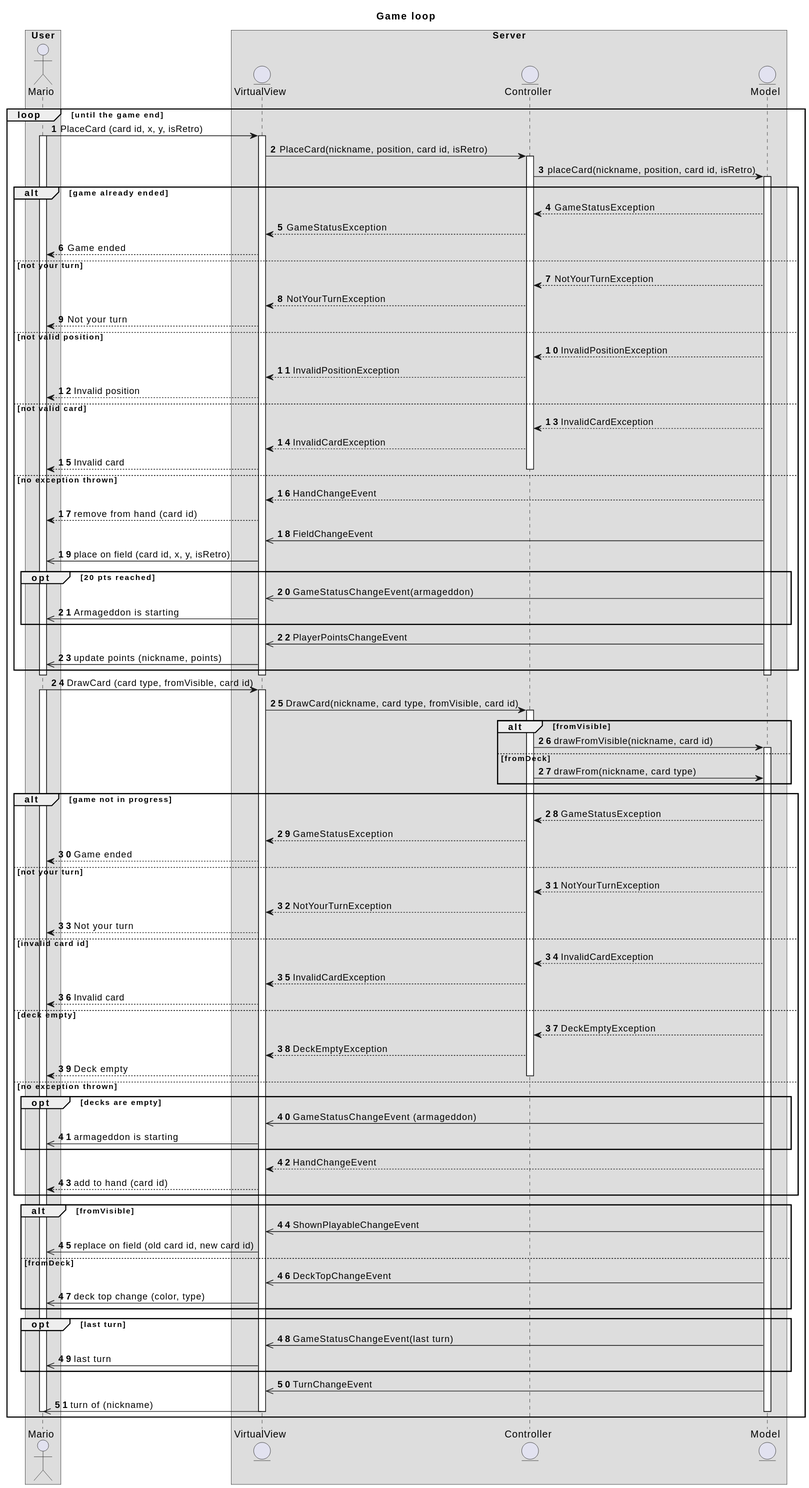
Above: UML/Sequence Diagram/out/gameLoop.svg in BiscottiBiscottati/IS24-AM11 (PlantUML), before the change.
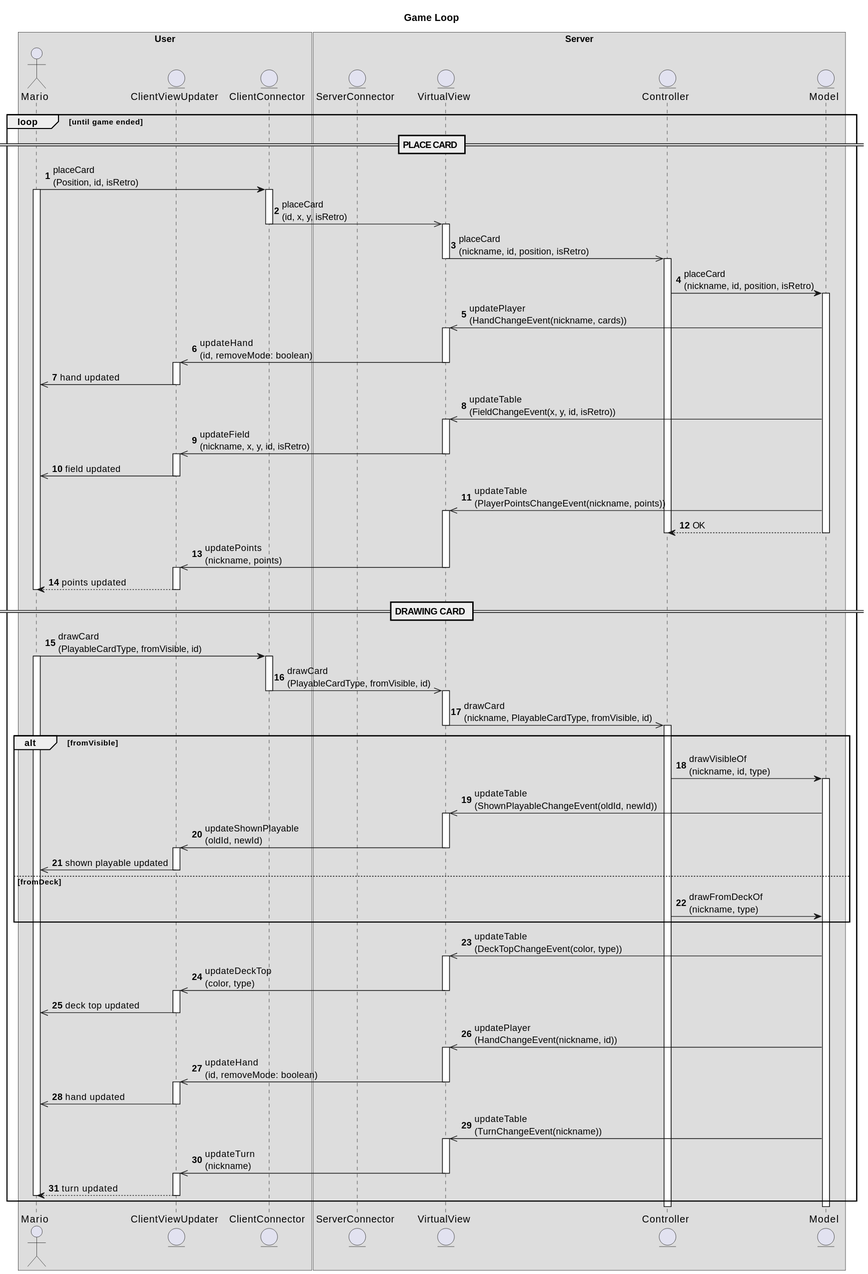
Later version of the same file.

Commit message:
updated game loop sequence diagram

What changed in the source:
```diff
@@ -1,128 +1,136 @@
 @startuml
+
 autonumber
+
+title Game Loop
 
 box User
 actor Mario
+entity ClientViewUpdater
+entity ClientConnector
 end box
 
 box Server
+entity ServerConnector
 entity VirtualView
 entity Controller
 entity Model
 end box
 
-title Game loop
+loop until game ended
+    == PLACE CARD ==
+    Mario -> ClientConnector: placeCard\n(Position, id, isRetro)
+    activate Mario
+    activate ClientConnector
 
-loop until the game end
-    Mario -> VirtualView: PlaceCard (card id, x, y, isRetro)
-    activate Mario
+    ClientConnector ->> VirtualView: placeCard\n(id, x, y, isRetro)
+    deactivate ClientConnector
     activate VirtualView
 
-    VirtualView -> Controller: PlaceCard(nickname, position, card id, isRetro)
+    VirtualView ->> Controller: placeCard\n(nickname, id, position, isRetro)
+    deactivate VirtualView
     activate Controller
 
-    Controller -> Model: placeCard(nickname, position, card id, isRetro)
+    Controller -> Model: placeCard\n(nickname, id, position, isRetro)
     activate Model
 
-    alt game already ended
-        Model --> Controller: GameStatusException
-        Controller --> VirtualView: GameStatusException
-        VirtualView --> Mario: Game ended
-    else not your turn
-        Model --> Controller: NotYourTurnException
-        Controller --> VirtualView: NotYourTurnException
-        VirtualView --> Mario: Not your turn
-    else not valid position
-        Model --> Controller: InvalidPositionException
-        Controller --> VirtualView: InvalidPositionException
-        VirtualView --> Mario: Invalid position
-    else not valid card
-        Model --> Controller: InvalidCardException
-        Controller --> VirtualView: InvalidCardException
-        VirtualView --> Mario: Invalid card
-    else no exception thrown
-        deactivate Controller
-        Model --> VirtualView: HandChangeEvent
-        VirtualView --> Mario: remove from hand (card id)
+    Model ->> VirtualView: updatePlayer\n(HandChangeEvent(nickname, cards))
+    activate VirtualView
 
-        Model ->> VirtualView: FieldChangeEvent
-        VirtualView ->> Mario: place on field (card id, x, y, isRetro)
+    VirtualView ->> ClientViewUpdater: updateHand\n(id, removeMode: boolean)
+    deactivate VirtualView
+    activate ClientViewUpdater
 
-        opt 20 pts reached
-            Model ->> VirtualView: GameStatusChangeEvent(armageddon)
-            VirtualView ->> Mario: Armageddon is starting
+    ClientViewUpdater ->> Mario: hand updated
+    deactivate ClientViewUpdater
 
-        end
+    Model ->> VirtualView: updateTable\n(FieldChangeEvent(x, y, id, isRetro))
+    activate VirtualView
 
-        Model ->> VirtualView: PlayerPointsChangeEvent
-        VirtualView ->> Mario: update points (nickname, points)
-    end
+    VirtualView ->> ClientViewUpdater: updateField\n(nickname, x, y, id, isRetro)
+    deactivate VirtualView
+    activate ClientViewUpdater
 
+    ClientViewUpdater ->> Mario: field updated
+    deactivate ClientViewUpdater
+
+    Model ->> VirtualView: updateTable\n(PlayerPointsChangeEvent(nickname, points))
+    activate VirtualView
+
+    Model --> Controller: OK
+    deactivate Model
+    deactivate Controller
+
+    VirtualView ->> ClientViewUpdater: updatePoints\n(nickname, points)
     deactivate VirtualView
-    deactivate Model
+    activate ClientViewUpdater
+
+    ClientViewUpdater --> Mario: points updated
+    deactivate ClientViewUpdater
     deactivate Mario
 
+    == DRAWING CARD ==
 
-    Mario -> VirtualView: DrawCard (card type, fromVisible, card id)
+    Mario -> ClientConnector: drawCard\n(PlayableCardType, fromVisible, id)
     activate Mario
+    activate ClientConnector
+
+    ClientConnector ->> VirtualView: drawCard\n(PlayableCardType, fromVisible, id)
+    deactivate ClientConnector
     activate VirtualView
 
-    VirtualView -> Controller: DrawCard(nickname, card type, fromVisible, card id)
+    VirtualView ->> Controller: drawCard\n(nickname, PlayableCardType, fromVisible, id)
+    deactivate VirtualView
     activate Controller
 
     alt fromVisible
-        Controller -> Model: drawFromVisible(nickname, card id)
+        Controller -> Model: drawVisibleOf\n(nickname, id, type)
         activate Model
+
+        Model ->> VirtualView: updateTable\n(ShownPlayableChangeEvent(oldId, newId))
+        activate VirtualView
+
+        VirtualView ->> ClientViewUpdater: updateShownPlayable\n(oldId, newId)
+        deactivate VirtualView
+        activate ClientViewUpdater
+
+        ClientViewUpdater ->> Mario: shown playable updated
+        deactivate ClientViewUpdater
+
     else fromDeck
-        Controller -> Model: drawFrom(nickname, card type)
+        Controller -> Model: drawFromDeckOf\n(nickname, type)
     end
 
-    alt game not in progress
-        Model --> Controller: GameStatusException
-        Controller --> VirtualView: GameStatusException
-        VirtualView --> Mario: Game ended
-    else not your turn
-        Model --> Controller: NotYourTurnException
-        Controller --> VirtualView: NotYourTurnException
-        VirtualView --> Mario: Not your turn
-    else invalid card id
-        Model --> Controller: InvalidCardException
-        Controller --> VirtualView: InvalidCardException
-        VirtualView --> Mario: Invalid card
-    else deck empty
-        Model --> Controller: DeckEmptyException
-        Controller --> VirtualView: DeckEmptyException
-        VirtualView --> Mario: Deck empty
-    else no exception thrown
-        deactivate Controller
+    Model ->> VirtualView: updateTable\n(DeckTopChangeEvent(color, type))
+    activate VirtualView
 
-        opt decks are empty
-            Model ->> VirtualView: GameStatusChangeEvent (armageddon)
-            VirtualView ->> Mario: armageddon is starting
-        end
+    VirtualView ->> ClientViewUpdater: updateDeckTop\n(color, type)
+    deactivate VirtualView
+    activate ClientViewUpdater
 
-        Model --> VirtualView: HandChangeEvent
-        VirtualView --> Mario: add to hand (card id)
-    end
+    ClientViewUpdater ->> Mario: deck top updated
+    deactivate ClientViewUpdater
 
-    alt fromVisible
-        Model ->> VirtualView: ShownPlayableChangeEvent
-        VirtualView ->> Mario: replace on field (old card id, new card id)
-    else fromDeck
-        Model ->> VirtualView: DeckTopChangeEvent
-        VirtualView ->> Mario: deck top change (color, type)
-    end
+    Model ->> VirtualView: updatePlayer\n(HandChangeEvent(nickname, id))
+    activate VirtualView
 
-    opt last turn
-        Model ->> VirtualView: GameStatusChangeEvent(last turn)
-        VirtualView ->> Mario: last turn
-    end
+    VirtualView ->> ClientViewUpdater: updateHand\n(id, removeMode: boolean)
+    deactivate VirtualView
+    activate ClientViewUpdater
 
-    Model ->> VirtualView: TurnChangeEvent
-    VirtualView ->> Mario: turn of (nickname)
+    ClientViewUpdater ->> Mario: hand updated
+    deactivate ClientViewUpdater
 
+    Model ->> VirtualView: updateTable\n(TurnChangeEvent(nickname))
+    activate VirtualView
+
+    VirtualView ->> ClientViewUpdater: updateTurn\n(nickname)
+    deactivate VirtualView
+    activate ClientViewUpdater
+
+    ClientViewUpdater --> Mario: turn updated
+    deactivate ClientViewUpdater
     deactivate Mario
-    deactivate VirtualView
-    deactivate Model
+
 end
 @enduml
```
